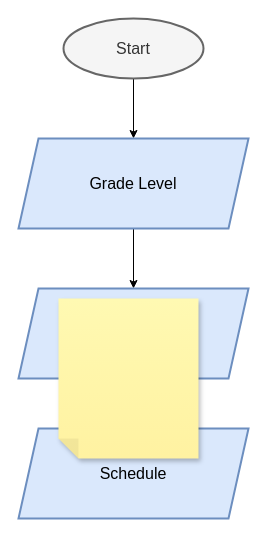
Earlier version of the draw.io diagram docs/Flowchart.drawio (Swiftens/plane.ph). Source tidied: cells renumbered, new cells numbered last; positions are measured from the earlier drawing's top-left corner, leaving out a move shared by most shapes. Both pictures are drawn from the tidied source at 100%, with x=0, y=0 at pixel (18, 18).
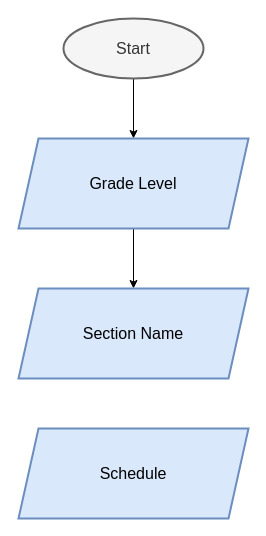
After the change.

What changed in the source:
```diff
@@
 <mxGraphModel>
   <root>
     <mxCell id="0" />
     <mxCell id="1" parent="0" />
     <mxCell id="2" style="edgeStyle=orthogonalEdgeStyle;rounded=0;jettySize=auto;html=1;" parent="1" edge="1" source="3" target="5">
       <mxGeometry relative="1" as="geometry" />
     </mxCell>
     <mxCell id="3" value="&lt;font&gt;Start&lt;/font&gt;" style="ellipse;whiteSpace=wrap;html=1;fontSize=16;fillColor=#f5f5f5;fontColor=#333333;strokeColor=#666666;strokeWidth=2;" parent="1" vertex="1">
       <mxGeometry x="45" width="140" height="60" as="geometry" />
     </mxCell>
     <mxCell id="4" style="edgeStyle=orthogonalEdgeStyle;rounded=0;jettySize=auto;html=1;" parent="1" edge="1" source="5" target="6">
       <mxGeometry relative="1" as="geometry" />
     </mxCell>
     <mxCell id="5" value="Grade Level" style="shape=parallelogram;perimeter=parallelogramPerimeter;whiteSpace=wrap;html=1;fixedSize=1;fontSize=16;fillColor=#dae8fc;strokeColor=#6c8ebf;strokeWidth=2;" parent="1" vertex="1">
       <mxGeometry y="120" width="230" height="90" as="geometry" />
     </mxCell>
     <mxCell id="6" value="Section Name" style="shape=parallelogram;perimeter=parallelogramPerimeter;whiteSpace=wrap;html=1;fixedSize=1;fontSize=16;fillColor=#dae8fc;strokeColor=#6c8ebf;strokeWidth=2;" parent="1" vertex="1">
       <mxGeometry y="270" width="230" height="90" as="geometry" />
     </mxCell>
     <mxCell id="7" value="Schedule" style="shape=parallelogram;perimeter=parallelogramPerimeter;whiteSpace=wrap;html=1;fixedSize=1;fontSize=16;fillColor=#dae8fc;strokeColor=#6c8ebf;strokeWidth=2;" parent="1" vertex="1">
       <mxGeometry y="410" width="230" height="90" as="geometry" />
     </mxCell>
-    <mxCell id="8" style="shape=note;whiteSpace=wrap;html=1;backgroundOutline=1;fontColor=#000000;darkOpacity=0.05;fillColor=#FFF9B2;strokeColor=none;fillStyle=solid;direction=west;gradientDirection=north;gradientColor=#FFF2A1;shadow=1;size=20;" parent="1" vertex="1">
-      <mxGeometry x="40" y="280" width="140" height="160" as="geometry" />
-    </mxCell>
   </root>
 </mxGraphModel>
```
